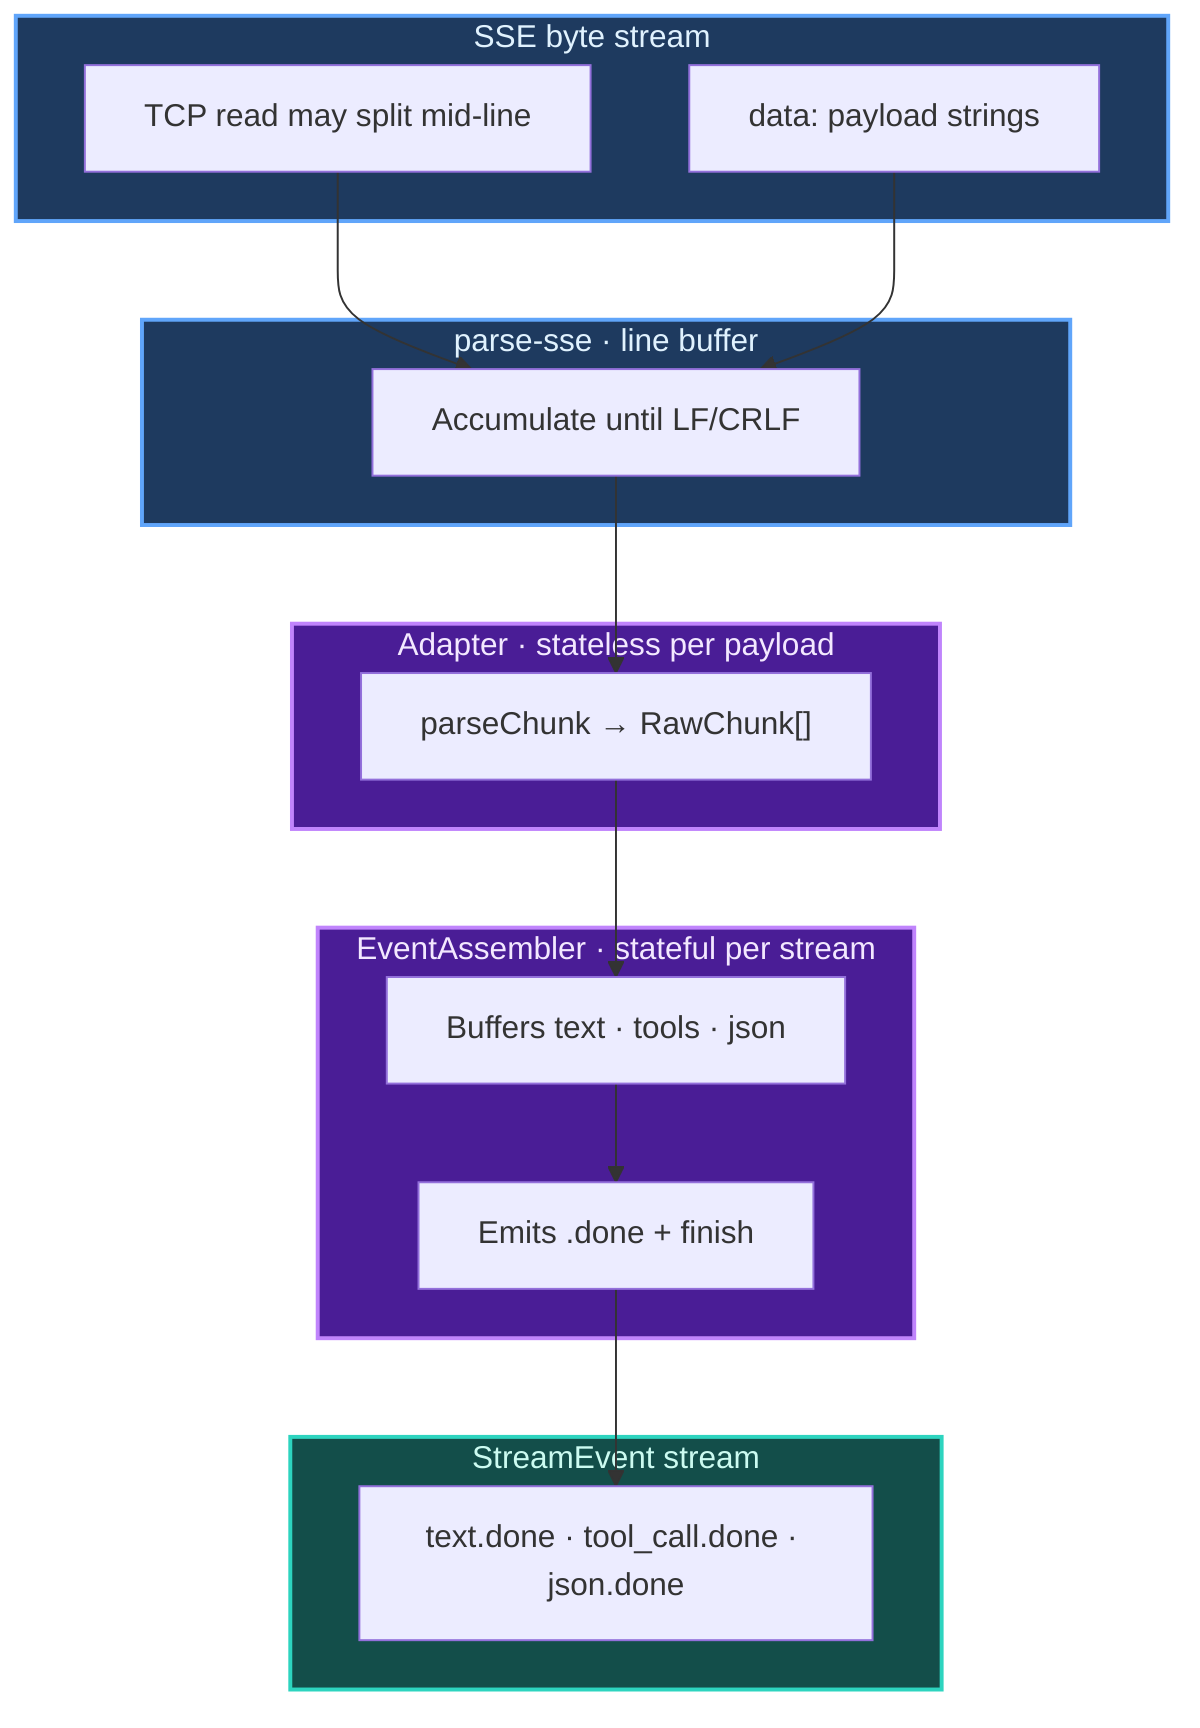
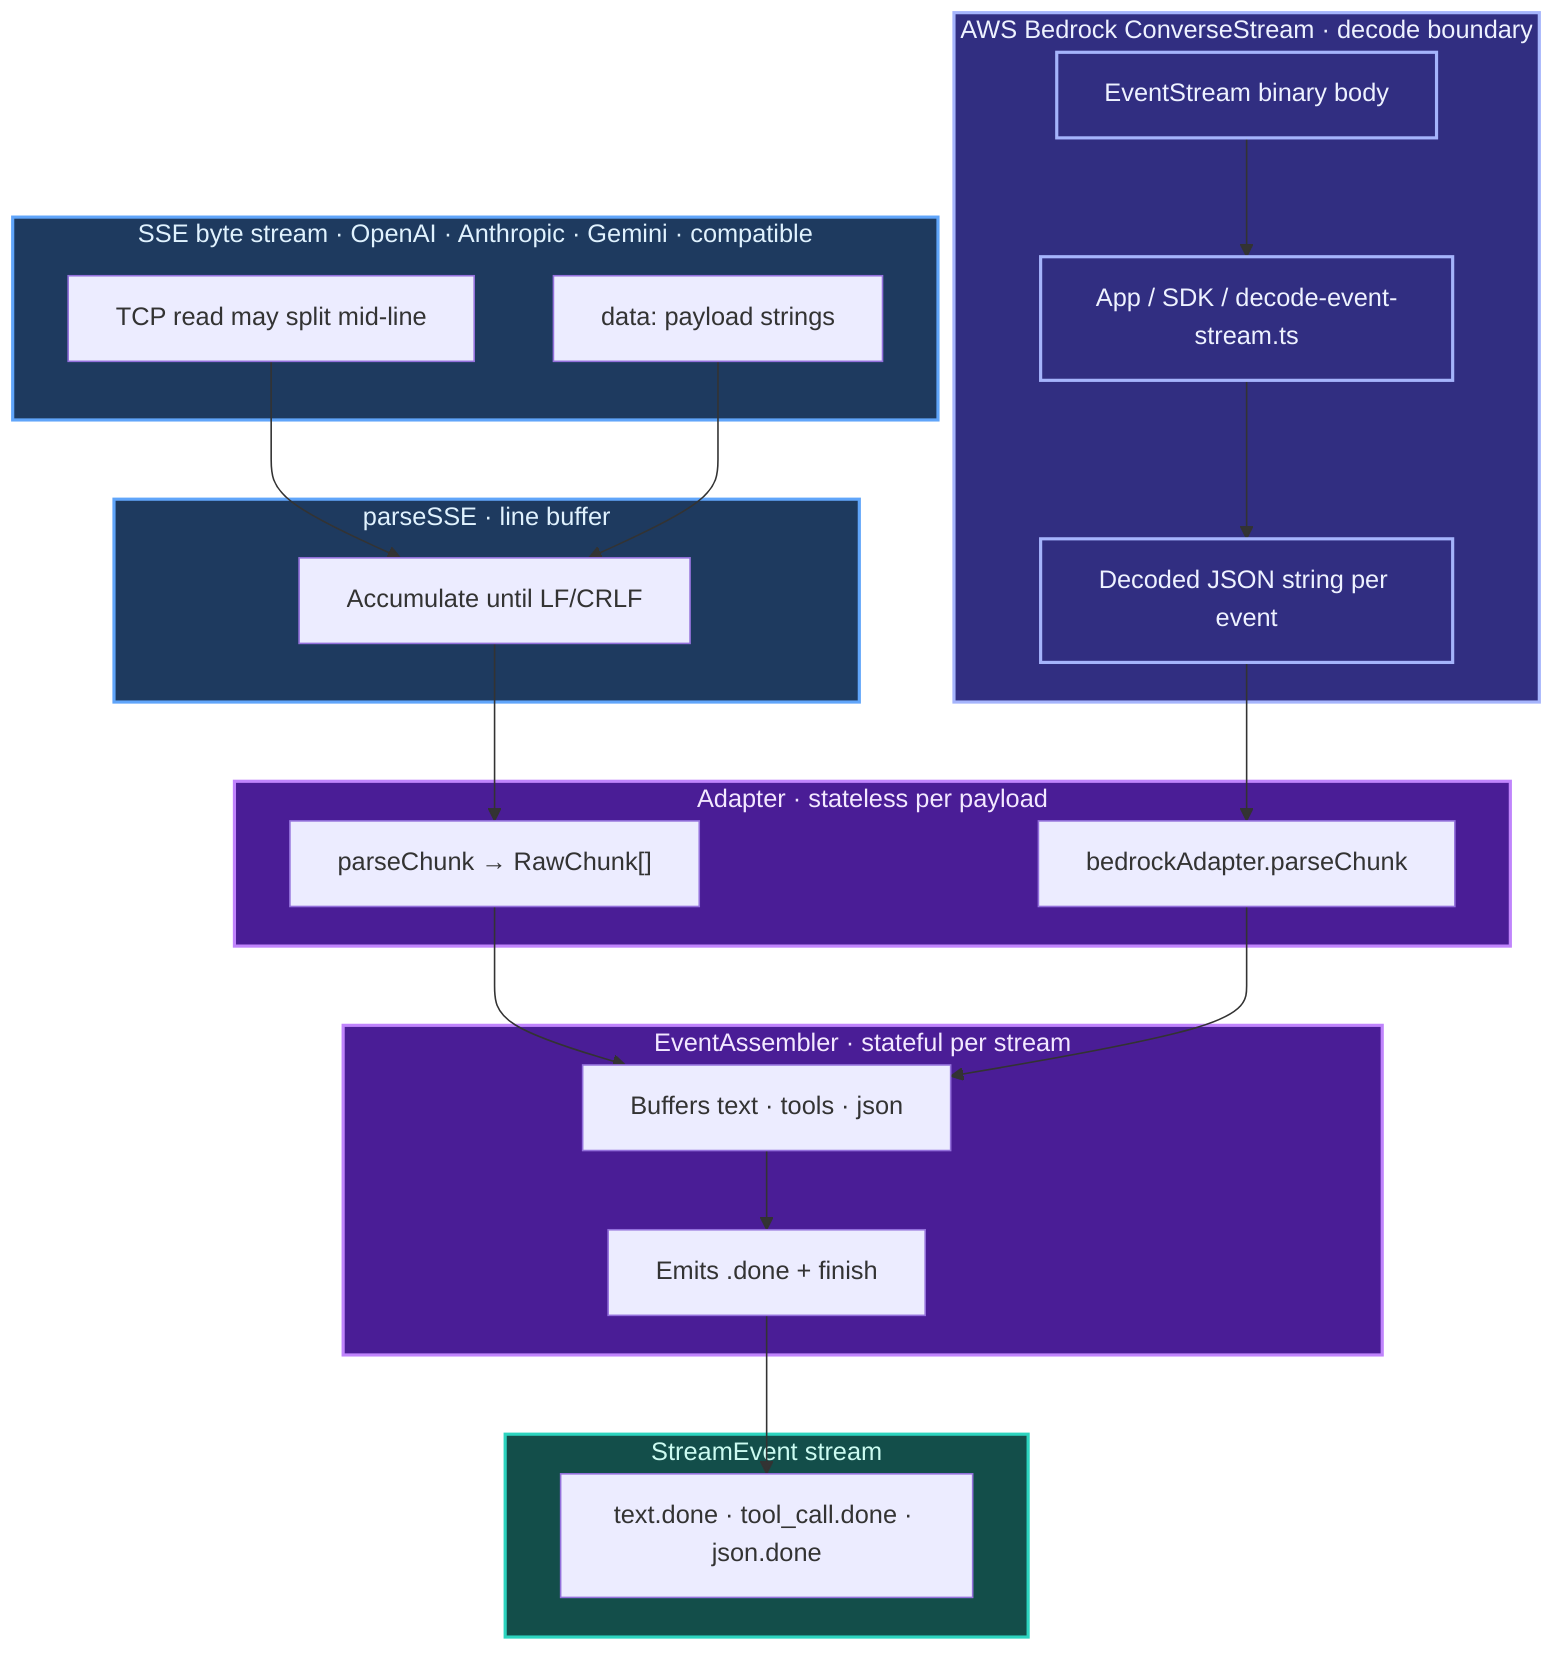
flowchart TB
- 	subgraph IN["SSE byte stream"]
+ 	subgraph IN_SSE["SSE byte stream · OpenAI · Anthropic · Gemini · compatible"]
		C1["TCP read may split mid-line"]
		C2["data: payload strings"]
	end

- 	subgraph PARSE["parse-sse · line buffer"]
+ 	subgraph IN_BEDROCK["AWS Bedrock ConverseStream · decode boundary"]
+ 		ES["EventStream binary body"]
+ 		DEC["App / SDK / decode-event-stream.ts"]
+ 		JL["Decoded JSON string per event"]
+ 		ES --> DEC --> JL
+ 	end
+ 
+ 	subgraph PARSE["parseSSE · line buffer"]
		LB["Accumulate until LF/CRLF"]
	end

	subgraph ADAPTER["Adapter · stateless per payload"]
		PC["parseChunk → RawChunk[]"]
+ 		BA["bedrockAdapter.parseChunk"]
	end

	subgraph CORE["EventAssembler · stateful per stream"]
		BUF["Buffers text · tools · json"]
		DONE["Emits .done + finish"]
	end

	subgraph OUT["StreamEvent stream"]
		EV["text.done · tool_call.done · json.done"]
	end

	C1 --> LB
	C2 --> LB
	LB --> PC
+ 	JL --> BA
	PC --> BUF
+ 	BA --> BUF
	BUF --> DONE
	DONE --> EV

	classDef in fill:#1e3a5f,stroke:#60a5fa,stroke-width:2px,color:#e0f2fe
+ 	classDef bedrock fill:#312e81,stroke:#a5b4fc,stroke-width:2px,color:#eef2ff
	classDef mid fill:#4a1d96,stroke:#c084fc,stroke-width:2px,color:#f3e8ff
	classDef out fill:#134e4a,stroke:#2dd4bf,stroke-width:2px,color:#ccfbf1

- 	class IN,PARSE in
+ 	class IN_SSE,PARSE in
+ 	class IN_BEDROCK,ES,DEC,JL bedrock
	class ADAPTER,CORE mid
	class OUT out
